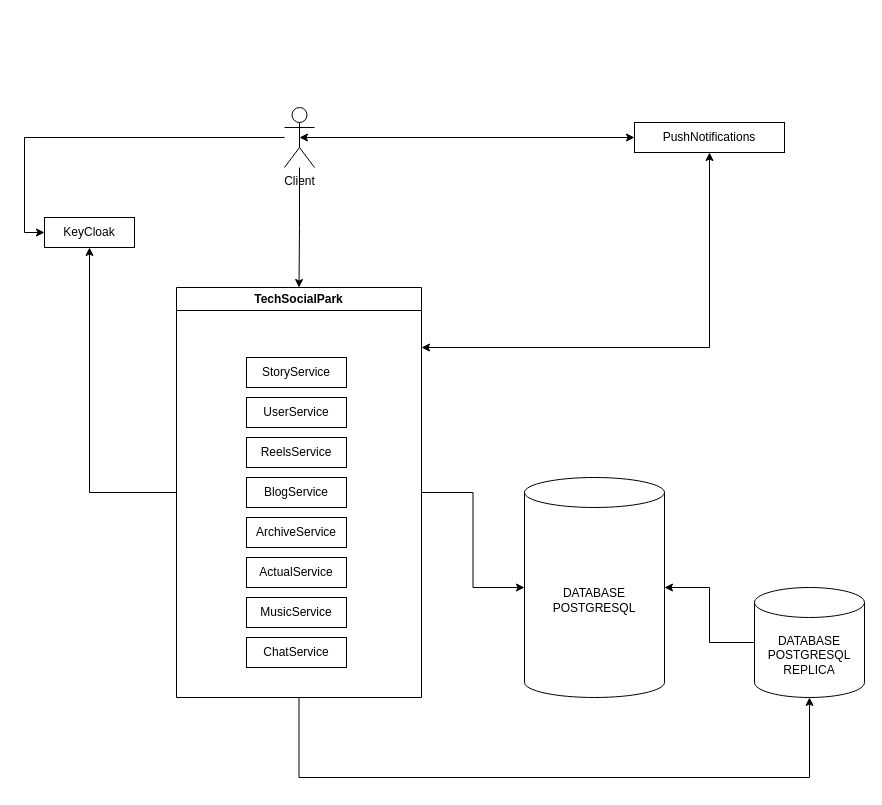
Above: Диаграмма без названия.drawio in Dulatbay/TechoParkProoject (draw.io), before the change. Source tidied: cells renumbered, new cells numbered last; positions are measured from the earlier drawing's top-left corner, leaving out a move shared by most shapes. Both pictures are drawn from the tidied source at 100%, with x=0, y=0 at pixel (44, 107).
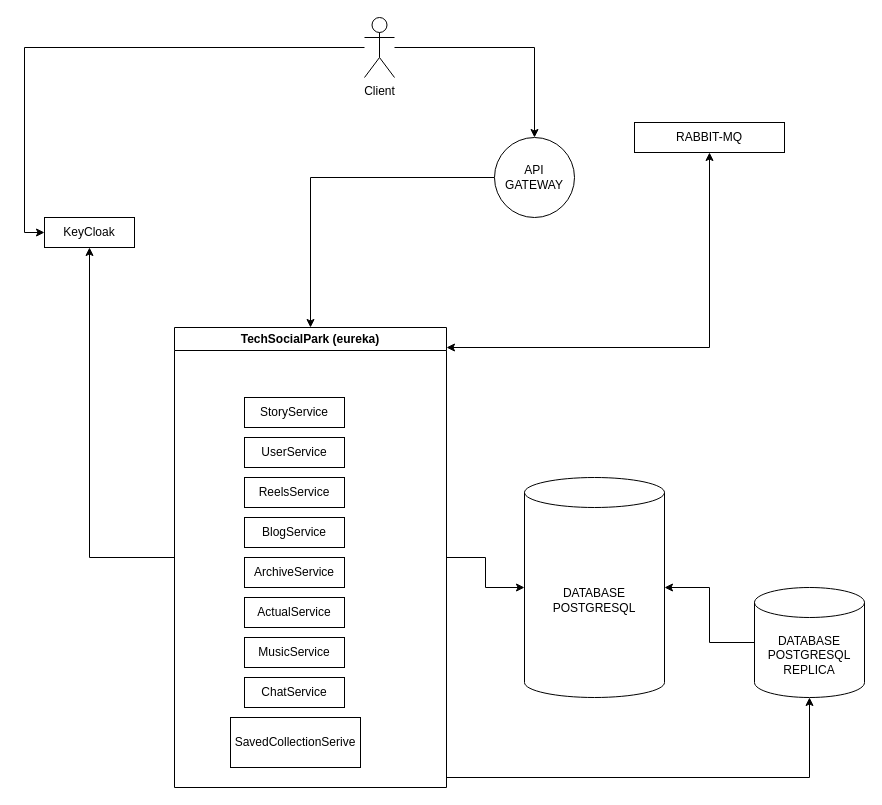
Above is the later version.

Change to the diagram source:
```diff
@@
-    <mxCell id="2" style="edgeStyle=orthogonalEdgeStyle;rounded=0;jettySize=auto;html=1;" parent="1" edge="1" source="3" target="9">
+    <mxCell id="2" style="edgeStyle=orthogonalEdgeStyle;rounded=0;jettySize=auto;html=1;" parent="1" edge="1" source="3" target="26">
       <mxGeometry relative="1" as="geometry" />
     </mxCell>
     <mxCell id="3" value="Client" style="shape=umlActor;verticalLabelPosition=bottom;verticalAlign=top;html=1;outlineConnect=0;" parent="1" vertex="1">
-      <mxGeometry x="240" width="30" height="60" as="geometry" />
+      <mxGeometry x="320" y="-90" width="30" height="60" as="geometry" />
     </mxCell>
@@
-    <mxCell id="9" value="TechSocialPark" style="swimlane;whiteSpace=wrap;html=1;" parent="1" vertex="1">
-      <mxGeometry x="132" y="180" width="245" height="410" as="geometry" />
+    <mxCell id="9" value="TechSocialPark (eureka)" style="swimlane;whiteSpace=wrap;html=1;" parent="1" vertex="1">
+      <mxGeometry x="130" y="220" width="272" height="460" as="geometry" />
     </mxCell>
@@
+    <mxCell id="24" value="SavedCollectionSerive" style="rounded=0;whiteSpace=wrap;html=1;" parent="9" vertex="1">
+      <mxGeometry x="56" y="390" width="130" height="50" as="geometry" />
+    </mxCell>
@@
-    <mxCell id="19" value="PushNotifications" style="rounded=0;whiteSpace=wrap;html=1;" parent="1" vertex="1">
+    <mxCell id="19" value="RABBIT-MQ" style="rounded=0;whiteSpace=wrap;html=1;" parent="1" vertex="1">
       <mxGeometry x="590" y="15" width="150" height="30" as="geometry" />
     </mxCell>
-    <mxCell id="20" style="edgeStyle=orthogonalEdgeStyle;rounded=0;jettySize=auto;html=1;entryX=0.5;entryY=0.5;entryDx=0;entryDy=0;entryPerimeter=0;startArrow=classic;startFill=1;" parent="1" edge="1" source="19" target="3">
-      <mxGeometry relative="1" as="geometry" />
-    </mxCell>
@@
+    <mxCell id="25" style="edgeStyle=orthogonalEdgeStyle;rounded=0;jettySize=auto;html=1;" parent="1" edge="1" source="26" target="9">
+      <mxGeometry relative="1" as="geometry" />
+    </mxCell>
+    <mxCell id="26" value="API&lt;br&gt;GATEWAY" style="ellipse;whiteSpace=wrap;html=1;" parent="1" vertex="1">
+      <mxGeometry x="450" y="30" width="80" height="80" as="geometry" />
+    </mxCell>
```
